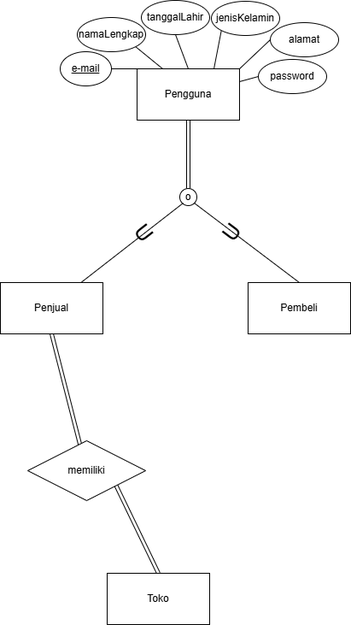
anthef/anthef keeps this draw.io diagram as ti1_basdat.drawio.png. Above is the earlier version. Source tidied: cells renumbered, new cells last; positions are measured from the earlier drawing's top-left corner, leaving out a move shared by most shapes.
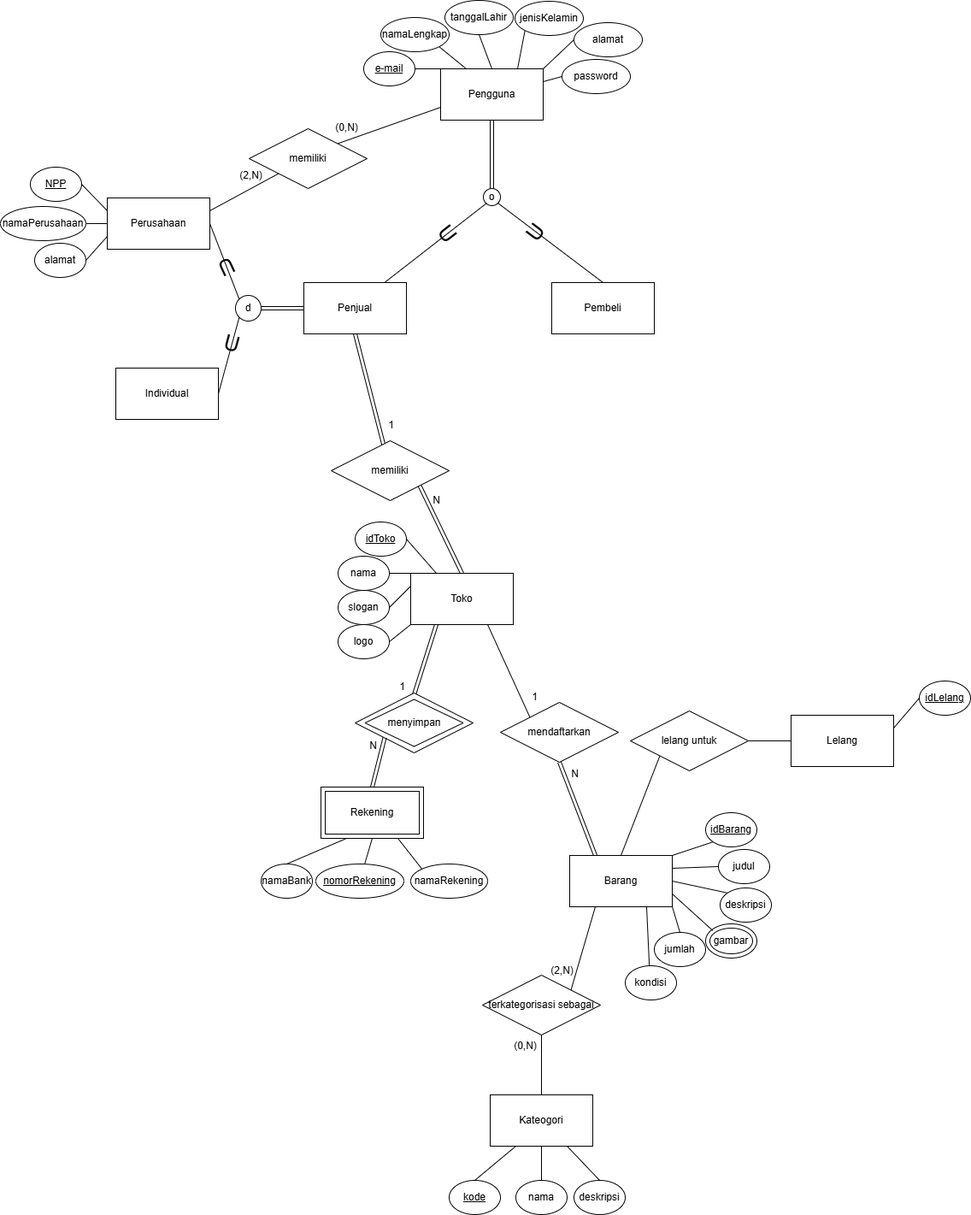
After the change.

Diff of the diagram source:
```diff
@@ -20,6 +20,9 @@
     <mxCell id="7" style="rounded=0;jettySize=auto;html=1;exitX=0;exitY=0;exitDx=0;exitDy=0;entryX=1;entryY=0.5;entryDx=0;entryDy=0;endArrow=none;startFill=0;" parent="1" edge="1" source="8" target="9">
       <mxGeometry relative="1" as="geometry" />
     </mxCell>
+    <mxCell id="27" style="rounded=0;jettySize=auto;html=1;exitX=0;exitY=0.75;exitDx=0;exitDy=0;entryX=1;entryY=0;entryDx=0;entryDy=0;endArrow=none;startFill=0;" parent="1" edge="1" source="8" target="70">
+      <mxGeometry relative="1" as="geometry" />
+    </mxCell>
     <mxCell id="8" value="Pengguna" style="rounded=0;whiteSpace=wrap;html=1;" parent="1" vertex="1">
       <mxGeometry x="160" y="80" width="120" height="60" as="geometry" />
     </mxCell>
@@ -50,6 +53,9 @@
     <mxCell id="17" style="rounded=0;jettySize=auto;html=1;exitX=0.5;exitY=1;exitDx=0;exitDy=0;shape=link;" parent="1" edge="1" source="18" target="23">
       <mxGeometry relative="1" as="geometry" />
     </mxCell>
+    <mxCell id="28" style="edgeStyle=orthogonalEdgeStyle;rounded=0;jettySize=auto;html=1;exitX=0;exitY=0.5;exitDx=0;exitDy=0;entryX=1;entryY=0.5;entryDx=0;entryDy=0;shape=link;" parent="1" edge="1" source="18" target="57">
+      <mxGeometry relative="1" as="geometry" />
+    </mxCell>
     <mxCell id="18" value="Penjual" style="rounded=0;whiteSpace=wrap;html=1;" parent="1" vertex="1">
       <mxGeometry y="330" width="120" height="60" as="geometry" />
     </mxCell>
@@ -71,14 +77,259 @@
     <mxCell id="23" value="memiliki" style="rhombus;whiteSpace=wrap;html=1;" parent="1" vertex="1">
       <mxGeometry x="32" y="515" width="138" height="70" as="geometry" />
     </mxCell>
+    <mxCell id="29" style="rounded=0;jettySize=auto;html=1;exitX=0.25;exitY=0;exitDx=0;exitDy=0;entryX=1;entryY=0.5;entryDx=0;entryDy=0;endArrow=none;startFill=0;" parent="1" edge="1" source="24" target="37">
+      <mxGeometry relative="1" as="geometry" />
+    </mxCell>
+    <mxCell id="30" style="rounded=0;jettySize=auto;html=1;exitX=0;exitY=0;exitDx=0;exitDy=0;entryX=1;entryY=0.5;entryDx=0;entryDy=0;endArrow=none;startFill=0;" parent="1" edge="1" source="24" target="38">
+      <mxGeometry relative="1" as="geometry" />
+    </mxCell>
+    <mxCell id="31" style="rounded=0;jettySize=auto;html=1;exitX=0;exitY=0.25;exitDx=0;exitDy=0;entryX=1;entryY=0.5;entryDx=0;entryDy=0;endArrow=none;startFill=0;" parent="1" edge="1" source="24" target="39">
+      <mxGeometry relative="1" as="geometry" />
+    </mxCell>
+    <mxCell id="32" style="rounded=0;jettySize=auto;html=1;exitX=0;exitY=1;exitDx=0;exitDy=0;entryX=1;entryY=0.5;entryDx=0;entryDy=0;endArrow=none;startFill=0;" parent="1" edge="1" source="24" target="40">
+      <mxGeometry relative="1" as="geometry" />
+    </mxCell>
+    <mxCell id="33" style="rounded=0;jettySize=auto;html=1;exitX=0.25;exitY=1;exitDx=0;exitDy=0;entryX=0.496;entryY=0.051;entryDx=0;entryDy=0;shape=link;entryPerimeter=0;" parent="1" edge="1" source="24" target="45">
+      <mxGeometry relative="1" as="geometry" />
+    </mxCell>
+    <mxCell id="34" style="rounded=0;jettySize=auto;html=1;exitX=0.75;exitY=1;exitDx=0;exitDy=0;entryX=0;entryY=0;entryDx=0;entryDy=0;endArrow=none;startFill=0;" parent="1" edge="1" source="24" target="74">
+      <mxGeometry relative="1" as="geometry" />
+    </mxCell>
     <mxCell id="24" value="Toko" style="rounded=0;whiteSpace=wrap;html=1;" parent="1" vertex="1">
       <mxGeometry x="125" y="670" width="120" height="60" as="geometry" />
     </mxCell>
     <mxCell id="25" value="&lt;font style=&quot;font-size: 25px;&quot;&gt;U&lt;/font&gt;" style="text;html=1;align=center;verticalAlign=middle;strokeColor=none;fillColor=none;rotation=52;" parent="1" vertex="1">
-      <mxGeometry x="149" y="251" width="40" height="40" as="geometry" />
+      <mxGeometry x="149" y="252" width="40" height="40" as="geometry" />
     </mxCell>
     <mxCell id="26" value="&lt;font style=&quot;font-size: 25px;&quot;&gt;U&lt;/font&gt;" style="text;html=1;align=center;verticalAlign=middle;strokeColor=none;fillColor=none;rotation=307;" parent="1" vertex="1">
       <mxGeometry x="250" y="251" width="40" height="40" as="geometry" />
     </mxCell>
+    <mxCell id="35" value="1" style="text;html=1;align=center;verticalAlign=middle;strokeColor=none;fillColor=none;" parent="1" vertex="1">
+      <mxGeometry x="87" y="482" width="30" height="30" as="geometry" />
+    </mxCell>
+    <mxCell id="36" value="N" style="text;html=1;align=center;verticalAlign=middle;strokeColor=none;fillColor=none;" parent="1" vertex="1">
+      <mxGeometry x="140" y="570" width="30" height="30" as="geometry" />
+    </mxCell>
+    <mxCell id="37" value="&lt;u&gt;idToko&lt;/u&gt;" style="ellipse;whiteSpace=wrap;html=1;" parent="1" vertex="1">
+      <mxGeometry x="60" y="610" width="60" height="40" as="geometry" />
+    </mxCell>
+    <mxCell id="38" value="nama" style="ellipse;whiteSpace=wrap;html=1;" parent="1" vertex="1">
+      <mxGeometry x="40" y="650" width="60" height="40" as="geometry" />
+    </mxCell>
+    <mxCell id="39" value="slogan" style="ellipse;whiteSpace=wrap;html=1;" parent="1" vertex="1">
+      <mxGeometry x="40" y="690" width="60" height="40" as="geometry" />
+    </mxCell>
+    <mxCell id="40" value="logo" style="ellipse;whiteSpace=wrap;html=1;" parent="1" vertex="1">
+      <mxGeometry x="40" y="730" width="60" height="40" as="geometry" />
+    </mxCell>
+    <mxCell id="41" style="group;" parent="1" vertex="1">
+      <mxGeometry x="20" y="920" width="120" height="60" as="geometry" />
+    </mxCell>
+    <mxCell id="42" value="Toko" style="rounded=0;whiteSpace=wrap;html=1;" parent="41" vertex="1">
+      <mxGeometry width="120" height="60" as="geometry" />
+    </mxCell>
+    <mxCell id="43" value="Rekening" style="rounded=0;whiteSpace=wrap;html=1;" parent="41" vertex="1">
+      <mxGeometry x="5" y="5" width="110" height="50" as="geometry" />
+    </mxCell>
+    <mxCell id="44" style="group;" parent="1" vertex="1">
+      <mxGeometry x="60" y="810" width="138" height="70" as="geometry" />
+    </mxCell>
+    <mxCell id="45" value="menyimpan" style="rhombus;whiteSpace=wrap;html=1;" parent="44" vertex="1">
+      <mxGeometry width="138" height="70" as="geometry" />
+    </mxCell>
+    <mxCell id="46" value="menyimpan" style="rhombus;whiteSpace=wrap;html=1;" parent="44" vertex="1">
+      <mxGeometry x="11.5" y="7.5" width="115" height="55" as="geometry" />
+    </mxCell>
+    <mxCell id="47" value="N" style="text;html=1;align=center;verticalAlign=middle;strokeColor=none;fillColor=none;" parent="44" vertex="1">
+      <mxGeometry x="6" y="47" width="30" height="30" as="geometry" />
+    </mxCell>
+    <mxCell id="48" style="rounded=0;jettySize=auto;html=1;exitX=0;exitY=1;exitDx=0;exitDy=0;shape=link;" parent="1" edge="1" source="45">
+      <mxGeometry relative="1" as="geometry">
+        <mxPoint x="80" y="920" as="targetPoint" />
+      </mxGeometry>
+    </mxCell>
+    <mxCell id="49" value="1" style="text;html=1;align=center;verticalAlign=middle;strokeColor=none;fillColor=none;" parent="1" vertex="1">
+      <mxGeometry x="100" y="788" width="30" height="30" as="geometry" />
+    </mxCell>
+    <mxCell id="50" value="Individual" style="rounded=0;whiteSpace=wrap;html=1;" parent="1" vertex="1">
+      <mxGeometry x="-220" y="430" width="120" height="60" as="geometry" />
+    </mxCell>
+    <mxCell id="51" style="rounded=0;jettySize=auto;html=1;exitX=0;exitY=0.25;exitDx=0;exitDy=0;entryX=1;entryY=0.5;entryDx=0;entryDy=0;endArrow=none;startFill=0;" parent="1" edge="1" source="54" target="66">
+      <mxGeometry relative="1" as="geometry" />
+    </mxCell>
+    <mxCell id="52" style="rounded=0;jettySize=auto;html=1;exitX=0;exitY=0.5;exitDx=0;exitDy=0;entryX=1;entryY=0.5;entryDx=0;entryDy=0;endArrow=none;startFill=0;" parent="1" edge="1" source="54" target="67">
+      <mxGeometry relative="1" as="geometry" />
+    </mxCell>
+    <mxCell id="53" style="rounded=0;jettySize=auto;html=1;exitX=0;exitY=0.75;exitDx=0;exitDy=0;entryX=1;entryY=0.5;entryDx=0;entryDy=0;endArrow=none;startFill=0;" parent="1" edge="1" source="54" target="68">
+      <mxGeometry relative="1" as="geometry" />
+    </mxCell>
+    <mxCell id="54" value="Perusahaan" style="rounded=0;whiteSpace=wrap;html=1;" parent="1" vertex="1">
+      <mxGeometry x="-230" y="231" width="120" height="60" as="geometry" />
+    </mxCell>
+    <mxCell id="55" style="rounded=0;jettySize=auto;html=1;exitX=0;exitY=0;exitDx=0;exitDy=0;entryX=1;entryY=0.5;entryDx=0;entryDy=0;endArrow=none;startFill=0;" parent="1" edge="1" source="57" target="54">
+      <mxGeometry relative="1" as="geometry" />
+    </mxCell>
+    <mxCell id="56" style="rounded=0;jettySize=auto;html=1;exitX=0;exitY=1;exitDx=0;exitDy=0;entryX=1;entryY=0.5;entryDx=0;entryDy=0;endArrow=none;startFill=0;" parent="1" edge="1" source="57" target="50">
+      <mxGeometry relative="1" as="geometry" />
+    </mxCell>
+    <mxCell id="57" value="d" style="ellipse;whiteSpace=wrap;html=1;" parent="1" vertex="1">
+      <mxGeometry x="-80" y="345" width="30" height="30" as="geometry" />
+    </mxCell>
+    <mxCell id="58" style="rounded=0;jettySize=auto;html=1;exitX=0.5;exitY=0;exitDx=0;exitDy=0;entryX=0.25;entryY=1;entryDx=0;entryDy=0;endArrow=none;startFill=0;" parent="1" edge="1" source="59" target="42">
+      <mxGeometry relative="1" as="geometry" />
+    </mxCell>
+    <mxCell id="59" value="namaBank" style="ellipse;whiteSpace=wrap;html=1;" parent="1" vertex="1">
+      <mxGeometry x="-50" y="1010" width="60" height="40" as="geometry" />
+    </mxCell>
+    <mxCell id="60" value="&lt;font style=&quot;font-size: 25px;&quot;&gt;U&lt;/font&gt;" style="text;html=1;align=center;verticalAlign=middle;strokeColor=none;fillColor=none;rotation=-205;" parent="1" vertex="1">
+      <mxGeometry x="-109" y="293" width="40" height="40" as="geometry" />
+    </mxCell>
+    <mxCell id="61" value="&lt;font style=&quot;font-size: 25px;&quot;&gt;U&lt;/font&gt;" style="text;html=1;align=center;verticalAlign=middle;strokeColor=none;fillColor=none;rotation=15;" parent="1" vertex="1">
+      <mxGeometry x="-104" y="380" width="40" height="40" as="geometry" />
+    </mxCell>
+    <mxCell id="62" value="&lt;u&gt;nomorRekening&lt;/u&gt;" style="ellipse;whiteSpace=wrap;html=1;" parent="1" vertex="1">
+      <mxGeometry x="14" y="1010" width="103" height="40" as="geometry" />
+    </mxCell>
+    <mxCell id="63" value="namaRekening" style="ellipse;whiteSpace=wrap;html=1;" parent="1" vertex="1">
+      <mxGeometry x="125" y="1010" width="90" height="40" as="geometry" />
+    </mxCell>
+    <mxCell id="64" style="rounded=0;jettySize=auto;html=1;exitX=0.5;exitY=1;exitDx=0;exitDy=0;endArrow=none;startFill=0;" parent="1" edge="1" source="42" target="62">
+      <mxGeometry relative="1" as="geometry" />
+    </mxCell>
+    <mxCell id="65" style="rounded=0;jettySize=auto;html=1;exitX=0.75;exitY=1;exitDx=0;exitDy=0;entryX=0;entryY=0;entryDx=0;entryDy=0;endArrow=none;startFill=0;" parent="1" edge="1" source="42" target="63">
+      <mxGeometry relative="1" as="geometry" />
+    </mxCell>
+    <mxCell id="66" value="&lt;u&gt;NPP&lt;/u&gt;" style="ellipse;whiteSpace=wrap;html=1;" parent="1" vertex="1">
+      <mxGeometry x="-320" y="195" width="60" height="40" as="geometry" />
+    </mxCell>
+    <mxCell id="67" value="namaPerusahaan" style="ellipse;whiteSpace=wrap;html=1;" parent="1" vertex="1">
+      <mxGeometry x="-355" y="241" width="100" height="40" as="geometry" />
+    </mxCell>
+    <mxCell id="68" value="alamat" style="ellipse;whiteSpace=wrap;html=1;" parent="1" vertex="1">
+      <mxGeometry x="-315" y="284" width="60" height="40" as="geometry" />
+    </mxCell>
+    <mxCell id="69" style="rounded=0;jettySize=auto;html=1;exitX=0;exitY=1;exitDx=0;exitDy=0;entryX=1;entryY=0.25;entryDx=0;entryDy=0;endArrow=none;startFill=0;" parent="1" edge="1" source="70" target="54">
+      <mxGeometry relative="1" as="geometry" />
+    </mxCell>
+    <mxCell id="70" value="memiliki" style="rhombus;whiteSpace=wrap;html=1;" parent="1" vertex="1">
+      <mxGeometry x="-64" y="150" width="138" height="70" as="geometry" />
+    </mxCell>
+    <mxCell id="71" value="(2,N)" style="text;html=1;align=center;verticalAlign=middle;strokeColor=none;fillColor=none;" parent="1" vertex="1">
+      <mxGeometry x="-87" y="190" width="50" height="30" as="geometry" />
+    </mxCell>
+    <mxCell id="72" value="(0,N)" style="text;html=1;align=center;verticalAlign=middle;strokeColor=none;fillColor=none;" parent="1" vertex="1">
+      <mxGeometry x="25" y="134" width="50" height="30" as="geometry" />
+    </mxCell>
+    <mxCell id="73" style="rounded=0;jettySize=auto;html=1;exitX=0.5;exitY=1;exitDx=0;exitDy=0;shape=link;entryX=0.25;entryY=0;entryDx=0;entryDy=0;" parent="1" edge="1" source="74" target="82">
+      <mxGeometry relative="1" as="geometry" />
+    </mxCell>
+    <mxCell id="74" value="mendaftarkan" style="rhombus;whiteSpace=wrap;html=1;" parent="1" vertex="1">
+      <mxGeometry x="230" y="821" width="138" height="70" as="geometry" />
+    </mxCell>
+    <mxCell id="75" style="rounded=0;jettySize=auto;html=1;exitX=1;exitY=1;exitDx=0;exitDy=0;entryX=0.5;entryY=0;entryDx=0;entryDy=0;endArrow=none;startFill=0;" parent="1" edge="1" source="82" target="92">
+      <mxGeometry relative="1" as="geometry" />
+    </mxCell>
+    <mxCell id="76" style="rounded=0;jettySize=auto;html=1;exitX=1;exitY=0.5;exitDx=0;exitDy=0;entryX=0;entryY=0;entryDx=0;entryDy=0;endArrow=none;startFill=0;" parent="1" edge="1" source="82" target="87">
+      <mxGeometry relative="1" as="geometry" />
+    </mxCell>
+    <mxCell id="77" style="rounded=0;jettySize=auto;html=1;exitX=1;exitY=0.25;exitDx=0;exitDy=0;entryX=0;entryY=0.5;entryDx=0;entryDy=0;endArrow=none;startFill=0;" parent="1" edge="1" source="82" target="86">
+      <mxGeometry relative="1" as="geometry" />
+    </mxCell>
+    <mxCell id="78" style="rounded=0;jettySize=auto;html=1;exitX=1;exitY=0;exitDx=0;exitDy=0;entryX=0;entryY=1;entryDx=0;entryDy=0;endArrow=none;startFill=0;" parent="1" edge="1" source="82" target="85">
+      <mxGeometry relative="1" as="geometry" />
+    </mxCell>
+    <mxCell id="79" style="rounded=0;jettySize=auto;html=1;exitX=0.75;exitY=1;exitDx=0;exitDy=0;entryX=0.5;entryY=1;entryDx=0;entryDy=0;endArrow=none;startFill=0;" parent="1" edge="1" source="82" target="91">
+      <mxGeometry relative="1" as="geometry" />
+    </mxCell>
+    <mxCell id="80" style="rounded=0;jettySize=auto;html=1;exitX=0.25;exitY=1;exitDx=0;exitDy=0;entryX=1;entryY=0;entryDx=0;entryDy=0;endArrow=none;startFill=0;" parent="1" edge="1" source="82" target="94">
+      <mxGeometry relative="1" as="geometry" />
+    </mxCell>
+    <mxCell id="81" style="rounded=0;jettySize=auto;html=1;exitX=0.5;exitY=0;exitDx=0;exitDy=0;entryX=0;entryY=1;entryDx=0;entryDy=0;endArrow=none;startFill=0;" parent="1" edge="1" source="82" target="106">
+      <mxGeometry relative="1" as="geometry" />
+    </mxCell>
+    <mxCell id="82" value="Barang" style="rounded=0;whiteSpace=wrap;html=1;" parent="1" vertex="1">
+      <mxGeometry x="311" y="1000" width="120" height="60" as="geometry" />
+    </mxCell>
+    <mxCell id="83" value="1" style="text;html=1;align=center;verticalAlign=middle;strokeColor=none;fillColor=none;" parent="1" vertex="1">
+      <mxGeometry x="255" y="800" width="30" height="30" as="geometry" />
+    </mxCell>
+    <mxCell id="84" value="N" style="text;html=1;align=center;verticalAlign=middle;strokeColor=none;fillColor=none;" parent="1" vertex="1">
+      <mxGeometry x="302" y="890" width="30" height="30" as="geometry" />
+    </mxCell>
+    <mxCell id="85" value="&lt;u&gt;idBarang&lt;/u&gt;" style="ellipse;whiteSpace=wrap;html=1;" parent="1" vertex="1">
+      <mxGeometry x="470" y="950" width="60" height="40" as="geometry" />
+    </mxCell>
+    <mxCell id="86" value="judul" style="ellipse;whiteSpace=wrap;html=1;" parent="1" vertex="1">
+      <mxGeometry x="485" y="993" width="60" height="40" as="geometry" />
+    </mxCell>
+    <mxCell id="87" value="deskripsi" style="ellipse;whiteSpace=wrap;html=1;" parent="1" vertex="1">
+      <mxGeometry x="487" y="1038" width="60" height="40" as="geometry" />
+    </mxCell>
+    <mxCell id="88" style="group;" parent="1" vertex="1">
+      <mxGeometry x="470" y="1080" width="60" height="40" as="geometry" />
+    </mxCell>
+    <mxCell id="89" value="deskripsi" style="ellipse;whiteSpace=wrap;html=1;" parent="88" vertex="1">
+      <mxGeometry width="60" height="40" as="geometry" />
+    </mxCell>
+    <mxCell id="90" value="gambar" style="ellipse;whiteSpace=wrap;html=1;" parent="88" vertex="1">
+      <mxGeometry x="5" y="5" width="50" height="30" as="geometry" />
+    </mxCell>
+    <mxCell id="91" value="kondisi" style="ellipse;whiteSpace=wrap;html=1;" parent="1" vertex="1">
+      <mxGeometry x="376" y="1129" width="60" height="40" as="geometry" />
+    </mxCell>
+    <mxCell id="92" value="jumlah" style="ellipse;whiteSpace=wrap;html=1;" parent="1" vertex="1">
+      <mxGeometry x="410" y="1090" width="60" height="40" as="geometry" />
+    </mxCell>
+    <mxCell id="93" style="rounded=0;jettySize=auto;html=1;exitX=1;exitY=0.75;exitDx=0;exitDy=0;entryX=0.143;entryY=0.2;entryDx=0;entryDy=0;entryPerimeter=0;endArrow=none;startFill=0;" parent="1" edge="1" source="82" target="89">
+      <mxGeometry relative="1" as="geometry" />
+    </mxCell>
+    <mxCell id="94" value="terkategorisasi sebagai" style="rhombus;whiteSpace=wrap;html=1;" parent="1" vertex="1">
+      <mxGeometry x="209" y="1140" width="138" height="70" as="geometry" />
+    </mxCell>
+    <mxCell id="95" style="rounded=0;jettySize=auto;html=1;exitX=0.25;exitY=1;exitDx=0;exitDy=0;entryX=0.5;entryY=0;entryDx=0;entryDy=0;endArrow=none;startFill=0;" parent="1" edge="1" source="98" target="102">
+      <mxGeometry relative="1" as="geometry" />
+    </mxCell>
+    <mxCell id="96" style="rounded=0;jettySize=auto;html=1;exitX=0.5;exitY=1;exitDx=0;exitDy=0;endArrow=none;startFill=0;" parent="1" edge="1" source="98" target="103">
+      <mxGeometry relative="1" as="geometry" />
+    </mxCell>
+    <mxCell id="97" style="rounded=0;jettySize=auto;html=1;exitX=0.75;exitY=1;exitDx=0;exitDy=0;entryX=0.5;entryY=0;entryDx=0;entryDy=0;endArrow=none;startFill=0;" parent="1" edge="1" source="98" target="104">
+      <mxGeometry relative="1" as="geometry" />
+    </mxCell>
+    <mxCell id="98" value="Kateogori" style="rounded=0;whiteSpace=wrap;html=1;" parent="1" vertex="1">
+      <mxGeometry x="218" y="1280" width="120" height="60" as="geometry" />
+    </mxCell>
+    <mxCell id="99" value="(2,N)" style="text;html=1;align=center;verticalAlign=middle;strokeColor=none;fillColor=none;" parent="1" vertex="1">
+      <mxGeometry x="277" y="1120" width="50" height="30" as="geometry" />
+    </mxCell>
+    <mxCell id="100" style="rounded=0;jettySize=auto;html=1;exitX=0.5;exitY=1;exitDx=0;exitDy=0;entryX=0.5;entryY=0;entryDx=0;entryDy=0;endArrow=none;startFill=0;" parent="1" edge="1" source="94" target="98">
+      <mxGeometry relative="1" as="geometry" />
+    </mxCell>
+    <mxCell id="101" value="(0,N)" style="text;html=1;align=center;verticalAlign=middle;strokeColor=none;fillColor=none;" parent="1" vertex="1">
+      <mxGeometry x="234" y="1208" width="50" height="30" as="geometry" />
+    </mxCell>
+    <mxCell id="102" value="&lt;u&gt;kode&lt;/u&gt;" style="ellipse;whiteSpace=wrap;html=1;" parent="1" vertex="1">
+      <mxGeometry x="170" y="1380" width="60" height="40" as="geometry" />
+    </mxCell>
+    <mxCell id="103" value="nama" style="ellipse;whiteSpace=wrap;html=1;" parent="1" vertex="1">
+      <mxGeometry x="248" y="1380" width="60" height="40" as="geometry" />
+    </mxCell>
+    <mxCell id="104" value="deskripsi" style="ellipse;whiteSpace=wrap;html=1;" parent="1" vertex="1">
+      <mxGeometry x="316" y="1380" width="60" height="40" as="geometry" />
+    </mxCell>
+    <mxCell id="105" style="edgeStyle=orthogonalEdgeStyle;rounded=0;jettySize=auto;html=1;exitX=1;exitY=0.5;exitDx=0;exitDy=0;entryX=0;entryY=0.5;entryDx=0;entryDy=0;endArrow=none;startFill=0;" parent="1" edge="1" source="106" target="108">
+      <mxGeometry relative="1" as="geometry" />
+    </mxCell>
+    <mxCell id="106" value="lelang untuk" style="rhombus;whiteSpace=wrap;html=1;" parent="1" vertex="1">
+      <mxGeometry x="382" y="831" width="138" height="70" as="geometry" />
+    </mxCell>
+    <mxCell id="107" style="rounded=0;jettySize=auto;html=1;exitX=1;exitY=0.25;exitDx=0;exitDy=0;entryX=0;entryY=0.5;entryDx=0;entryDy=0;endArrow=none;startFill=0;" parent="1" edge="1" source="108" target="109">
+      <mxGeometry relative="1" as="geometry" />
+    </mxCell>
+    <mxCell id="108" value="Lelang" style="rounded=0;whiteSpace=wrap;html=1;" parent="1" vertex="1">
+      <mxGeometry x="570" y="836" width="120" height="60" as="geometry" />
+    </mxCell>
+    <mxCell id="109" value="&lt;u&gt;idLelang&lt;/u&gt;" style="ellipse;whiteSpace=wrap;html=1;" parent="1" vertex="1">
+      <mxGeometry x="720" y="796" width="60" height="40" as="geometry" />
+    </mxCell>
   </root>
 </mxGraphModel>
```
